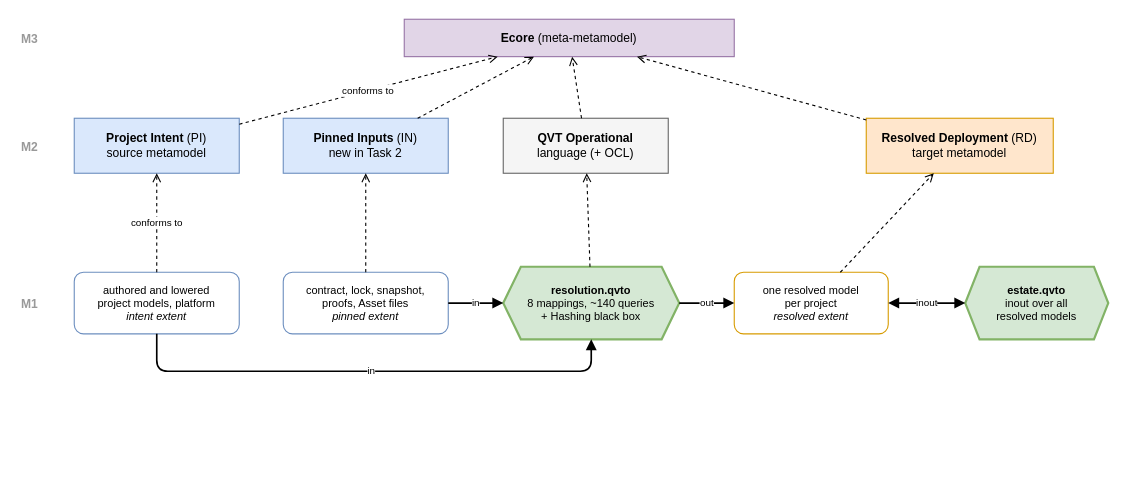
Before: docs/mde/task-2-transformations/Figures/pattern.drawio in JorisJonkers-dev/deploy-kit, a draw.io diagram. Source tidied: cells renumbered, new cells numbered last; positions are measured from the earlier drawing's top-left corner, leaving out a move shared by most shapes. Both pictures are drawn from the tidied source at 110%, with x=0, y=0 at pixel (19, 19).
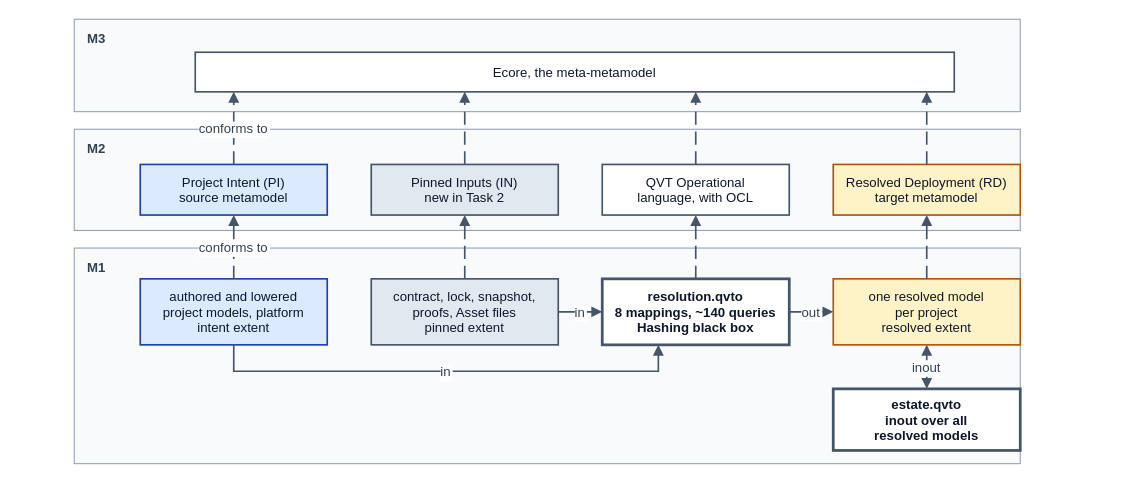
The same page after the edit.

What changed in the source:
```diff
@@
+    <mxCell id="24" value="M3" style="rounded=0;whiteSpace=nowrap;html=0;fillColor=#f8fafc;strokeColor=#94a3b8;strokeWidth=1;verticalAlign=top;align=left;spacingLeft=10;spacingTop=4;fontStyle=1;fontSize=12;fontFamily=Helvetica;fontColor=#334155;" parent="1" vertex="1">
+      <mxGeometry x="50" width="860" height="84" as="geometry" />
+    </mxCell>
+    <mxCell id="25" value="M2" style="rounded=0;whiteSpace=nowrap;html=0;fillColor=#f8fafc;strokeColor=#94a3b8;strokeWidth=1;verticalAlign=top;align=left;spacingLeft=10;spacingTop=4;fontStyle=1;fontSize=12;fontFamily=Helvetica;fontColor=#334155;" parent="1" vertex="1">
+      <mxGeometry x="50" y="100" width="860" height="92" as="geometry" />
+    </mxCell>
+    <mxCell id="26" value="M1" style="rounded=0;whiteSpace=nowrap;html=0;fillColor=#f8fafc;strokeColor=#94a3b8;strokeWidth=1;verticalAlign=top;align=left;spacingLeft=10;spacingTop=4;fontStyle=1;fontSize=12;fontFamily=Helvetica;fontColor=#334155;" parent="1" vertex="1">
+      <mxGeometry x="50" y="208" width="860" height="196" as="geometry" />
+    </mxCell>
-    <mxCell id="2" value="&lt;b&gt;Ecore&lt;/b&gt; (meta-metamodel)" style="rounded=0;whiteSpace=wrap;html=1;fillColor=#e1d5e7;strokeColor=#9673a6;fontSize=11;" parent="1" vertex="1">
-      <mxGeometry x="350" width="300" height="34" as="geometry" />
+    <mxCell id="2" value="Ecore, the meta-metamodel" style="rounded=0;whiteSpace=nowrap;html=0;align=center;verticalAlign=middle;fillColor=#ffffff;strokeColor=#475569;strokeWidth=1.5;fontFamily=Helvetica;fontSize=12;fontColor=#0f172a;" parent="1" vertex="1">
+      <mxGeometry x="160" y="30" width="690" height="36" as="geometry" />
     </mxCell>
-    <mxCell id="3" value="&lt;b&gt;Project Intent&lt;/b&gt; (PI)&lt;br&gt;source metamodel" style="rounded=0;whiteSpace=wrap;html=1;fillColor=#dae8fc;strokeColor=#6c8ebf;fontSize=11;" parent="1" vertex="1">
-      <mxGeometry x="50" y="90" width="150" height="50" as="geometry" />
+    <mxCell id="3" value="Project Intent (PI)&#10;source metamodel" style="rounded=0;whiteSpace=nowrap;html=0;align=center;verticalAlign=middle;fillColor=#dbeafe;strokeColor=#1e40af;strokeWidth=1.5;fontFamily=Helvetica;fontSize=12;fontColor=#0f172a;" parent="1" vertex="1">
+      <mxGeometry x="110" y="132" width="170" height="46" as="geometry" />
     </mxCell>
-    <mxCell id="4" value="&lt;b&gt;Pinned Inputs&lt;/b&gt; (IN)&lt;br&gt;new in Task 2" style="rounded=0;whiteSpace=wrap;html=1;fillColor=#dae8fc;strokeColor=#6c8ebf;fontSize=11;" parent="1" vertex="1">
-      <mxGeometry x="240" y="90" width="150" height="50" as="geometry" />
+    <mxCell id="4" value="Pinned Inputs (IN)&#10;new in Task 2" style="rounded=0;whiteSpace=nowrap;html=0;align=center;verticalAlign=middle;fillColor=#e2e8f0;strokeColor=#475569;strokeWidth=1.5;fontFamily=Helvetica;fontSize=12;fontColor=#0f172a;" parent="1" vertex="1">
+      <mxGeometry x="320" y="132" width="170" height="46" as="geometry" />
     </mxCell>
-    <mxCell id="5" value="&lt;b&gt;QVT Operational&lt;/b&gt;&lt;br&gt;language (+ OCL)" style="rounded=0;whiteSpace=wrap;html=1;fillColor=#f5f5f5;strokeColor=#666666;fontSize=11;" parent="1" vertex="1">
-      <mxGeometry x="440" y="90" width="150" height="50" as="geometry" />
+    <mxCell id="5" value="QVT Operational&#10;language, with OCL" style="rounded=0;whiteSpace=nowrap;html=0;align=center;verticalAlign=middle;fillColor=#ffffff;strokeColor=#475569;strokeWidth=1.5;fontFamily=Helvetica;fontSize=12;fontColor=#0f172a;" parent="1" vertex="1">
+      <mxGeometry x="530" y="132" width="170" height="46" as="geometry" />
     </mxCell>
-    <mxCell id="6" value="&lt;b&gt;Resolved Deployment&lt;/b&gt; (RD)&lt;br&gt;target metamodel" style="rounded=0;whiteSpace=wrap;html=1;fillColor=#ffe6cc;strokeColor=#d79b00;fontSize=11;" parent="1" vertex="1">
-      <mxGeometry x="770" y="90" width="170" height="50" as="geometry" />
+    <mxCell id="6" value="Resolved Deployment (RD)&#10;target metamodel" style="rounded=0;whiteSpace=nowrap;html=0;align=center;verticalAlign=middle;fillColor=#fef3c7;strokeColor=#b45309;strokeWidth=1.5;fontFamily=Helvetica;fontSize=12;fontColor=#0f172a;" parent="1" vertex="1">
+      <mxGeometry x="740" y="132" width="170" height="46" as="geometry" />
     </mxCell>
-    <mxCell id="7" value="authored and lowered&lt;br&gt;project models, platform&lt;br&gt;&lt;i&gt;intent extent&lt;/i&gt;" style="rounded=1;whiteSpace=wrap;html=1;fillColor=#ffffff;strokeColor=#6c8ebf;fontSize=10;" parent="1" vertex="1">
-      <mxGeometry x="50" y="230" width="150" height="56" as="geometry" />
+    <mxCell id="7" value="authored and lowered&#10;project models, platform&#10;intent extent" style="rounded=0;whiteSpace=nowrap;html=0;align=center;verticalAlign=middle;fillColor=#dbeafe;strokeColor=#1e40af;strokeWidth=1.5;fontFamily=Helvetica;fontSize=12;fontColor=#0f172a;" parent="1" vertex="1">
+      <mxGeometry x="110" y="236" width="170" height="60" as="geometry" />
     </mxCell>
-    <mxCell id="8" value="contract, lock, snapshot,&lt;br&gt;proofs, Asset files&lt;br&gt;&lt;i&gt;pinned extent&lt;/i&gt;" style="rounded=1;whiteSpace=wrap;html=1;fillColor=#ffffff;strokeColor=#6c8ebf;fontSize=10;" parent="1" vertex="1">
-      <mxGeometry x="240" y="230" width="150" height="56" as="geometry" />
+    <mxCell id="8" value="contract, lock, snapshot,&#10;proofs, Asset files&#10;pinned extent" style="rounded=0;whiteSpace=nowrap;html=0;align=center;verticalAlign=middle;fillColor=#e2e8f0;strokeColor=#475569;strokeWidth=1.5;fontFamily=Helvetica;fontSize=12;fontColor=#0f172a;" parent="1" vertex="1">
+      <mxGeometry x="320" y="236" width="170" height="60" as="geometry" />
     </mxCell>
-    <mxCell id="9" value="&lt;b&gt;resolution.qvto&lt;/b&gt;&lt;br&gt;8 mappings, ~140 queries&lt;br&gt;+ Hashing black box" style="shape=hexagon;perimeter=hexagonPerimeter2;whiteSpace=wrap;html=1;size=0.1;fillColor=#d5e8d4;strokeColor=#82b366;strokeWidth=2;fontSize=10;" parent="1" vertex="1">
-      <mxGeometry x="440" y="225" width="160" height="66" as="geometry" />
+    <mxCell id="9" value="resolution.qvto&#10;8 mappings, ~140 queries&#10;Hashing black box" style="rounded=0;whiteSpace=nowrap;html=0;align=center;verticalAlign=middle;fillColor=#ffffff;strokeColor=#475569;strokeWidth=1.5;fontFamily=Helvetica;fontSize=12;fontColor=#0f172a;fontStyle=1;strokeWidth=2.5;" parent="1" vertex="1">
+      <mxGeometry x="530" y="236" width="170" height="60" as="geometry" />
     </mxCell>
-    <mxCell id="10" value="one resolved model&lt;br&gt;per project&lt;br&gt;&lt;i&gt;resolved extent&lt;/i&gt;" style="rounded=1;whiteSpace=wrap;html=1;fillColor=#ffffff;strokeColor=#d79b00;fontSize=10;" parent="1" vertex="1">
-      <mxGeometry x="650" y="230" width="140" height="56" as="geometry" />
+    <mxCell id="10" value="one resolved model&#10;per project&#10;resolved extent" style="rounded=0;whiteSpace=nowrap;html=0;align=center;verticalAlign=middle;fillColor=#fef3c7;strokeColor=#b45309;strokeWidth=1.5;fontFamily=Helvetica;fontSize=12;fontColor=#0f172a;" parent="1" vertex="1">
+      <mxGeometry x="740" y="236" width="170" height="60" as="geometry" />
     </mxCell>
-    <mxCell id="11" value="&lt;b&gt;estate.qvto&lt;/b&gt;&lt;br&gt;inout over all&lt;br&gt;resolved models" style="shape=hexagon;perimeter=hexagonPerimeter2;whiteSpace=wrap;html=1;size=0.1;fillColor=#d5e8d4;strokeColor=#82b366;strokeWidth=2;fontSize=10;" parent="1" vertex="1">
-      <mxGeometry x="860" y="225" width="130" height="66" as="geometry" />
+    <mxCell id="11" value="estate.qvto&#10;inout over all&#10;resolved models" style="rounded=0;whiteSpace=nowrap;html=0;align=center;verticalAlign=middle;fillColor=#ffffff;strokeColor=#475569;strokeWidth=1.5;fontFamily=Helvetica;fontSize=12;fontColor=#0f172a;fontStyle=1;strokeWidth=2.5;" parent="1" vertex="1">
+      <mxGeometry x="740" y="336" width="170" height="56" as="geometry" />
     </mxCell>
-    <mxCell id="12" value="conforms to" style="html=1;endArrow=open;dashed=1;fontSize=9;" parent="1" edge="1" source="3" target="2">
+    <mxCell id="12" value="conforms to" style="edgeStyle=orthogonalEdgeStyle;rounded=0;html=0;jettySize=auto;endArrow=block;endFill=1;strokeColor=#475569;strokeWidth=1.5;fontSize=12;fontFamily=Helvetica;fontColor=#334155;labelBackgroundColor=#ffffff;dashed=1;dashPattern=8 4;exitX=0.5;exitY=0;exitDx=0;exitDy=0;entryX=0.050724637681159424;entryY=1;entryDx=0;entryDy=0;" parent="1" edge="1" source="3" target="2">
       <mxGeometry relative="1" as="geometry" />
     </mxCell>
-    <mxCell id="13" style="html=1;endArrow=open;dashed=1;" parent="1" edge="1" source="4" target="2">
+    <mxCell id="13" style="edgeStyle=orthogonalEdgeStyle;rounded=0;html=0;jettySize=auto;endArrow=block;endFill=1;strokeColor=#475569;strokeWidth=1.5;fontSize=12;fontFamily=Helvetica;fontColor=#334155;labelBackgroundColor=#ffffff;dashed=1;dashPattern=8 4;exitX=0.5;exitY=0;exitDx=0;exitDy=0;entryX=0.35507246376811596;entryY=1;entryDx=0;entryDy=0;" parent="1" edge="1" source="4" target="2">
       <mxGeometry relative="1" as="geometry" />
     </mxCell>
-    <mxCell id="14" style="html=1;endArrow=open;dashed=1;" parent="1" edge="1" source="5" target="2">
+    <mxCell id="14" style="edgeStyle=orthogonalEdgeStyle;rounded=0;html=0;jettySize=auto;endArrow=block;endFill=1;strokeColor=#475569;strokeWidth=1.5;fontSize=12;fontFamily=Helvetica;fontColor=#334155;labelBackgroundColor=#ffffff;dashed=1;dashPattern=8 4;exitX=0.5;exitY=0;exitDx=0;exitDy=0;entryX=0.6594202898550725;entryY=1;entryDx=0;entryDy=0;" parent="1" edge="1" source="5" target="2">
       <mxGeometry relative="1" as="geometry" />
     </mxCell>
-    <mxCell id="15" style="html=1;endArrow=open;dashed=1;" parent="1" edge="1" source="6" target="2">
+    <mxCell id="15" style="edgeStyle=orthogonalEdgeStyle;rounded=0;html=0;jettySize=auto;endArrow=block;endFill=1;strokeColor=#475569;strokeWidth=1.5;fontSize=12;fontFamily=Helvetica;fontColor=#334155;labelBackgroundColor=#ffffff;dashed=1;dashPattern=8 4;exitX=0.5;exitY=0;exitDx=0;exitDy=0;entryX=0.9637681159420289;entryY=1;entryDx=0;entryDy=0;" parent="1" edge="1" source="6" target="2">
       <mxGeometry relative="1" as="geometry" />
     </mxCell>
-    <mxCell id="16" value="conforms to" style="html=1;endArrow=open;dashed=1;fontSize=9;" parent="1" edge="1" source="7" target="3">
+    <mxCell id="16" value="conforms to" style="edgeStyle=orthogonalEdgeStyle;rounded=0;html=0;jettySize=auto;endArrow=block;endFill=1;strokeColor=#475569;strokeWidth=1.5;fontSize=12;fontFamily=Helvetica;fontColor=#334155;labelBackgroundColor=#ffffff;dashed=1;dashPattern=8 4;exitX=0.5;exitY=0;exitDx=0;exitDy=0;entryX=0.5;entryY=1;entryDx=0;entryDy=0;" parent="1" edge="1" source="7" target="3">
       <mxGeometry relative="1" as="geometry" />
     </mxCell>
-    <mxCell id="17" style="html=1;endArrow=open;dashed=1;" parent="1" edge="1" source="8" target="4">
+    <mxCell id="17" style="edgeStyle=orthogonalEdgeStyle;rounded=0;html=0;jettySize=auto;endArrow=block;endFill=1;strokeColor=#475569;strokeWidth=1.5;fontSize=12;fontFamily=Helvetica;fontColor=#334155;labelBackgroundColor=#ffffff;dashed=1;dashPattern=8 4;exitX=0.5;exitY=0;exitDx=0;exitDy=0;entryX=0.5;entryY=1;entryDx=0;entryDy=0;" parent="1" edge="1" source="8" target="4">
       <mxGeometry relative="1" as="geometry" />
     </mxCell>
-    <mxCell id="18" style="html=1;endArrow=open;dashed=1;" parent="1" edge="1" source="9" target="5">
+    <mxCell id="18" style="edgeStyle=orthogonalEdgeStyle;rounded=0;html=0;jettySize=auto;endArrow=block;endFill=1;strokeColor=#475569;strokeWidth=1.5;fontSize=12;fontFamily=Helvetica;fontColor=#334155;labelBackgroundColor=#ffffff;dashed=1;dashPattern=8 4;exitX=0.5;exitY=0;exitDx=0;exitDy=0;entryX=0.5;entryY=1;entryDx=0;entryDy=0;" parent="1" edge="1" source="9" target="5">
       <mxGeometry relative="1" as="geometry" />
     </mxCell>
-    <mxCell id="19" style="html=1;endArrow=open;dashed=1;" parent="1" edge="1" source="10" target="6">
+    <mxCell id="19" style="edgeStyle=orthogonalEdgeStyle;rounded=0;html=0;jettySize=auto;endArrow=block;endFill=1;strokeColor=#475569;strokeWidth=1.5;fontSize=12;fontFamily=Helvetica;fontColor=#334155;labelBackgroundColor=#ffffff;dashed=1;dashPattern=8 4;exitX=0.5;exitY=0;exitDx=0;exitDy=0;entryX=0.5;entryY=1;entryDx=0;entryDy=0;" parent="1" edge="1" source="10" target="6">
       <mxGeometry relative="1" as="geometry" />
     </mxCell>
-    <mxCell id="20" value="in" style="edgeStyle=orthogonalEdgeStyle;html=1;endArrow=block;endFill=1;strokeWidth=1.5;fontSize=9;" parent="1" edge="1" source="7" target="9">
+    <mxCell id="20" value="in" style="edgeStyle=orthogonalEdgeStyle;rounded=0;html=0;jettySize=auto;endArrow=block;endFill=1;strokeColor=#475569;strokeWidth=1.5;fontSize=12;fontFamily=Helvetica;fontColor=#334155;labelBackgroundColor=#ffffff;exitX=0.5;exitY=1;exitDx=0;exitDy=0;entryX=0.3;entryY=1;entryDx=0;entryDy=0;" parent="1" edge="1" source="7" target="9">
       <mxGeometry relative="1" as="geometry">
         <Array as="points">
-          <mxPoint x="125" y="320" />
-          <mxPoint x="520" y="320" />
+          <mxPoint x="195" y="320" />
+          <mxPoint x="581" y="320" />
         </Array>
       </mxGeometry>
     </mxCell>
-    <mxCell id="21" value="in" style="html=1;endArrow=block;endFill=1;strokeWidth=1.5;fontSize=9;" parent="1" edge="1" source="8" target="9">
+    <mxCell id="21" value="in" style="edgeStyle=orthogonalEdgeStyle;rounded=0;html=0;jettySize=auto;endArrow=block;endFill=1;strokeColor=#475569;strokeWidth=1.5;fontSize=12;fontFamily=Helvetica;fontColor=#334155;labelBackgroundColor=#ffffff;exitX=1;exitY=0.5;exitDx=0;exitDy=0;entryX=0;entryY=0.5;entryDx=0;entryDy=0;" parent="1" edge="1" source="8" target="9">
       <mxGeometry relative="1" as="geometry" />
     </mxCell>
-    <mxCell id="22" value="out" style="html=1;endArrow=block;endFill=1;strokeWidth=1.5;fontSize=9;" parent="1" edge="1" source="9" target="10">
+    <mxCell id="22" value="out" style="edgeStyle=orthogonalEdgeStyle;rounded=0;html=0;jettySize=auto;endArrow=block;endFill=1;strokeColor=#475569;strokeWidth=1.5;fontSize=12;fontFamily=Helvetica;fontColor=#334155;labelBackgroundColor=#ffffff;exitX=1;exitY=0.5;exitDx=0;exitDy=0;entryX=0;entryY=0.5;entryDx=0;entryDy=0;" parent="1" edge="1" source="9" target="10">
       <mxGeometry relative="1" as="geometry" />
     </mxCell>
-    <mxCell id="23" value="inout" style="html=1;endArrow=block;endFill=1;startArrow=block;startFill=1;strokeWidth=1.5;fontSize=9;" parent="1" edge="1" source="10" target="11">
+    <mxCell id="23" value="inout" style="edgeStyle=orthogonalEdgeStyle;rounded=0;html=0;jettySize=auto;endArrow=block;endFill=1;strokeColor=#475569;strokeWidth=1.5;fontSize=12;fontFamily=Helvetica;fontColor=#334155;labelBackgroundColor=#ffffff;startArrow=block;startFill=1;exitX=0.5;exitY=1;exitDx=0;exitDy=0;entryX=0.5;entryY=0;entryDx=0;entryDy=0;" parent="1" edge="1" source="10" target="11">
       <mxGeometry relative="1" as="geometry" />
     </mxCell>
-    <mxCell id="24" value="M3" style="text;html=1;fontSize=11;fontStyle=1;fontColor=#999999;" parent="1" vertex="1">
-      <mxGeometry y="5" width="40" height="24" as="geometry" />
-    </mxCell>
-    <mxCell id="25" value="M2" style="text;html=1;fontSize=11;fontStyle=1;fontColor=#999999;" parent="1" vertex="1">
-      <mxGeometry y="103" width="40" height="24" as="geometry" />
-    </mxCell>
-    <mxCell id="26" value="M1" style="text;html=1;fontSize=11;fontStyle=1;fontColor=#999999;" parent="1" vertex="1">
-      <mxGeometry y="246" width="40" height="24" as="geometry" />
-    </mxCell>
```
